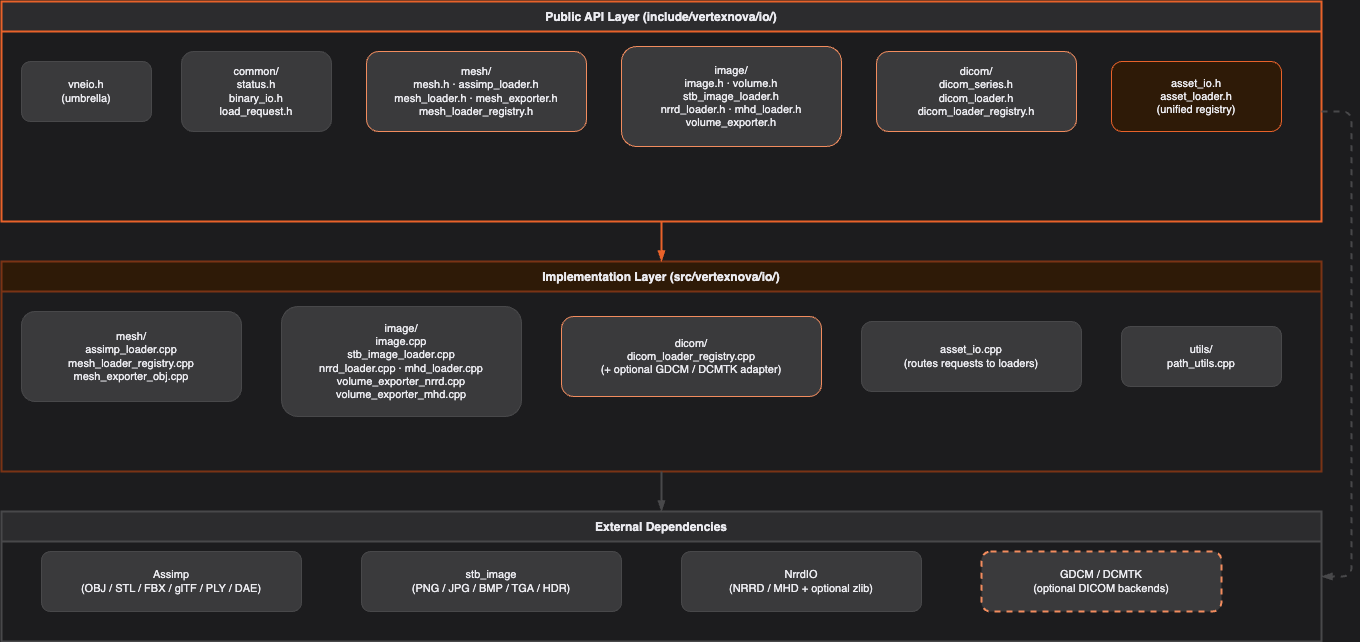
The draw.io diagram docs/vertexnova/io/diagrams/component.png in vertexnova/vneio, before a commit. Source tidied: cells renumbered, new cells last; positions are measured from the earlier drawing's top-left corner, leaving out a move shared by most shapes. Source of this version:
```xml
<mxGraphModel background="#1C1C1E">
  <root>
    <mxCell id="0" />
    <mxCell id="1" parent="0" />
    <mxCell id="2" value="Public API Layer (include/vertexnova/io/)" style="swimlane;startSize=30;fillColor=#2C2C2E;strokeColor=#E8622A;strokeWidth=2;fontStyle=1;fontSize=12;fontColor=#EBEBF0;" parent="1" vertex="1">
      <mxGeometry width="1320" height="220" as="geometry" />
    </mxCell>
    <mxCell id="3" value="vneio.h&#10;(umbrella)" style="rounded=1;whiteSpace=wrap;html=1;fillColor=#3A3A3C;strokeColor=#48484A;fontSize=11;fontColor=#EBEBF0;" parent="2" vertex="1">
      <mxGeometry x="20" y="60" width="130" height="60" as="geometry" />
    </mxCell>
    <mxCell id="4" value="common/&#10;status.h&#10;binary_io.h&#10;load_request.h" style="rounded=1;whiteSpace=wrap;html=1;fillColor=#3A3A3C;strokeColor=#48484A;fontSize=11;fontColor=#EBEBF0;" parent="2" vertex="1">
      <mxGeometry x="180" y="50" width="150" height="80" as="geometry" />
    </mxCell>
    <mxCell id="5" value="mesh/&#10;mesh.h · assimp_loader.h&#10;mesh_loader.h · mesh_exporter.h&#10;mesh_loader_registry.h" style="rounded=1;whiteSpace=wrap;html=1;fillColor=#3A3A3C;strokeColor=#F28C5E;fontSize=11;fontColor=#EBEBF0;" parent="2" vertex="1">
      <mxGeometry x="365" y="50" width="220" height="80" as="geometry" />
    </mxCell>
    <mxCell id="6" value="image/&#10;image.h · volume.h&#10;stb_image_loader.h&#10;nrrd_loader.h · mhd_loader.h&#10;volume_exporter.h" style="rounded=1;whiteSpace=wrap;html=1;fillColor=#3A3A3C;strokeColor=#F28C5E;fontSize=11;fontColor=#EBEBF0;" parent="2" vertex="1">
      <mxGeometry x="620" y="45" width="220" height="100" as="geometry" />
    </mxCell>
    <mxCell id="7" value="dicom/&#10;dicom_series.h&#10;dicom_loader.h&#10;dicom_loader_registry.h" style="rounded=1;whiteSpace=wrap;html=1;fillColor=#3A3A3C;strokeColor=#F28C5E;fontSize=11;fontColor=#EBEBF0;" parent="2" vertex="1">
      <mxGeometry x="875" y="50" width="200" height="80" as="geometry" />
    </mxCell>
    <mxCell id="8" value="asset_io.h&#10;asset_loader.h&#10;(unified registry)" style="rounded=1;whiteSpace=wrap;html=1;fillColor=#2E1A07;strokeColor=#E8622A;fontSize=11;fontColor=#EBEBF0;" parent="2" vertex="1">
      <mxGeometry x="1110" y="60" width="170" height="70" as="geometry" />
    </mxCell>
    <mxCell id="9" value="Implementation Layer (src/vertexnova/io/)" style="swimlane;startSize=30;fillColor=#2E1A07;strokeColor=#7A3315;strokeWidth=2;fontStyle=1;fontSize=12;fontColor=#EBEBF0;" parent="1" vertex="1">
      <mxGeometry y="260" width="1320" height="210" as="geometry" />
    </mxCell>
    <mxCell id="10" value="mesh/&#10;assimp_loader.cpp&#10;mesh_loader_registry.cpp&#10;mesh_exporter_obj.cpp" style="rounded=1;whiteSpace=wrap;html=1;fillColor=#3A3A3C;strokeColor=#48484A;fontSize=11;fontColor=#EBEBF0;" parent="9" vertex="1">
      <mxGeometry x="20" y="50" width="220" height="90" as="geometry" />
    </mxCell>
    <mxCell id="11" value="image/&#10;image.cpp&#10;stb_image_loader.cpp&#10;nrrd_loader.cpp · mhd_loader.cpp&#10;volume_exporter_nrrd.cpp&#10;volume_exporter_mhd.cpp" style="rounded=1;whiteSpace=wrap;html=1;fillColor=#3A3A3C;strokeColor=#48484A;fontSize=11;fontColor=#EBEBF0;" parent="9" vertex="1">
      <mxGeometry x="280" y="45" width="240" height="110" as="geometry" />
    </mxCell>
    <mxCell id="12" value="dicom/&#10;dicom_loader_registry.cpp&#10;(+ optional GDCM / DCMTK adapter)" style="rounded=1;whiteSpace=wrap;html=1;fillColor=#3A3A3C;strokeColor=#F28C5E;fontSize=11;fontColor=#EBEBF0;" parent="9" vertex="1">
      <mxGeometry x="560" y="55" width="260" height="80" as="geometry" />
    </mxCell>
    <mxCell id="13" value="asset_io.cpp&#10;(routes requests to loaders)" style="rounded=1;whiteSpace=wrap;html=1;fillColor=#3A3A3C;strokeColor=#48484A;fontSize=11;fontColor=#EBEBF0;" parent="9" vertex="1">
      <mxGeometry x="860" y="60" width="220" height="70" as="geometry" />
    </mxCell>
    <mxCell id="14" value="utils/&#10;path_utils.cpp" style="rounded=1;whiteSpace=wrap;html=1;fillColor=#3A3A3C;strokeColor=#48484A;fontSize=11;fontColor=#EBEBF0;" parent="9" vertex="1">
      <mxGeometry x="1120" y="65" width="160" height="60" as="geometry" />
    </mxCell>
    <mxCell id="15" value="External Dependencies" style="swimlane;startSize=30;fillColor=#2C2C2E;strokeColor=#48484A;strokeWidth=2;fontStyle=1;fontSize=12;fontColor=#EBEBF0;" parent="1" vertex="1">
      <mxGeometry y="510" width="1320" height="130" as="geometry" />
    </mxCell>
    <mxCell id="16" value="Assimp&#10;(OBJ / STL / FBX / glTF / PLY / DAE)" style="rounded=1;whiteSpace=wrap;html=1;fillColor=#3A3A3C;strokeColor=#48484A;fontSize=11;fontColor=#EBEBF0;" parent="15" vertex="1">
      <mxGeometry x="40" y="40" width="260" height="60" as="geometry" />
    </mxCell>
    <mxCell id="17" value="stb_image&#10;(PNG / JPG / BMP / TGA / HDR)" style="rounded=1;whiteSpace=wrap;html=1;fillColor=#3A3A3C;strokeColor=#48484A;fontSize=11;fontColor=#EBEBF0;" parent="15" vertex="1">
      <mxGeometry x="360" y="40" width="260" height="60" as="geometry" />
    </mxCell>
    <mxCell id="18" value="NrrdIO&#10;(NRRD / MHD + optional zlib)" style="rounded=1;whiteSpace=wrap;html=1;fillColor=#3A3A3C;strokeColor=#48484A;fontSize=11;fontColor=#EBEBF0;" parent="15" vertex="1">
      <mxGeometry x="680" y="40" width="240" height="60" as="geometry" />
    </mxCell>
    <mxCell id="19" value="GDCM / DCMTK&#10;(optional DICOM backends)" style="rounded=1;whiteSpace=wrap;html=1;fillColor=#3A3A3C;strokeColor=#F28C5E;fontSize=11;fontColor=#EBEBF0;strokeWidth=2;dashed=1;" parent="15" vertex="1">
      <mxGeometry x="980" y="40" width="240" height="60" as="geometry" />
    </mxCell>
    <mxCell id="20" style="endArrow=blockThin;endFill=1;html=1;strokeWidth=2;strokeColor=#E8622A;" parent="1" edge="1" source="2" target="9">
      <mxGeometry relative="1" as="geometry" />
    </mxCell>
    <mxCell id="21" style="endArrow=blockThin;endFill=1;html=1;strokeWidth=2;strokeColor=#48484A;" parent="1" edge="1" source="9" target="15">
      <mxGeometry relative="1" as="geometry" />
    </mxCell>
    <mxCell id="22" style="endArrow=blockThin;endFill=1;html=1;strokeWidth=2;strokeColor=#48484A;dashed=1;" parent="1" edge="1" source="2" target="15">
      <mxGeometry relative="1" as="geometry">
        <Array as="points">
          <mxPoint x="1350" y="110" />
          <mxPoint x="1350" y="575" />
        </Array>
      </mxGeometry>
    </mxCell>
  </root>
</mxGraphModel>
```
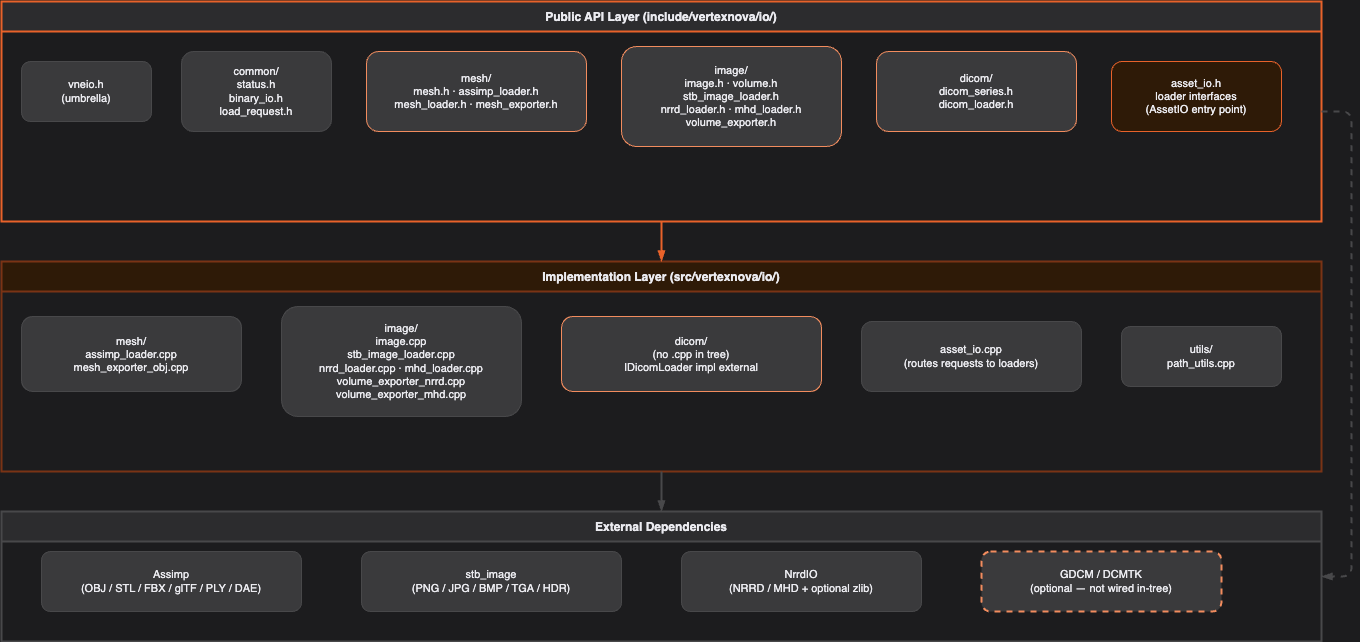
After the commit.

Commit message:
docs: Update component diagrams for asset loading and runtime processes

- Replaced the existing component diagrams with updated versions to enhance visual clarity and accuracy in representing asset loading and runtime processes.
- Ensured that the diagrams align with the latest documentation and implementation changes, improving overall user understanding.

Diff of the diagram source:
```diff
@@ -11,29 +11,29 @@
     <mxCell id="4" value="common/&#10;status.h&#10;binary_io.h&#10;load_request.h" style="rounded=1;whiteSpace=wrap;html=1;fillColor=#3A3A3C;strokeColor=#48484A;fontSize=11;fontColor=#EBEBF0;" parent="2" vertex="1">
       <mxGeometry x="180" y="50" width="150" height="80" as="geometry" />
     </mxCell>
-    <mxCell id="5" value="mesh/&#10;mesh.h · assimp_loader.h&#10;mesh_loader.h · mesh_exporter.h&#10;mesh_loader_registry.h" style="rounded=1;whiteSpace=wrap;html=1;fillColor=#3A3A3C;strokeColor=#F28C5E;fontSize=11;fontColor=#EBEBF0;" parent="2" vertex="1">
+    <mxCell id="5" value="mesh/&#10;mesh.h · assimp_loader.h&#10;mesh_loader.h · mesh_exporter.h" style="rounded=1;whiteSpace=wrap;html=1;fillColor=#3A3A3C;strokeColor=#F28C5E;fontSize=11;fontColor=#EBEBF0;" parent="2" vertex="1">
       <mxGeometry x="365" y="50" width="220" height="80" as="geometry" />
     </mxCell>
     <mxCell id="6" value="image/&#10;image.h · volume.h&#10;stb_image_loader.h&#10;nrrd_loader.h · mhd_loader.h&#10;volume_exporter.h" style="rounded=1;whiteSpace=wrap;html=1;fillColor=#3A3A3C;strokeColor=#F28C5E;fontSize=11;fontColor=#EBEBF0;" parent="2" vertex="1">
       <mxGeometry x="620" y="45" width="220" height="100" as="geometry" />
     </mxCell>
-    <mxCell id="7" value="dicom/&#10;dicom_series.h&#10;dicom_loader.h&#10;dicom_loader_registry.h" style="rounded=1;whiteSpace=wrap;html=1;fillColor=#3A3A3C;strokeColor=#F28C5E;fontSize=11;fontColor=#EBEBF0;" parent="2" vertex="1">
+    <mxCell id="7" value="dicom/&#10;dicom_series.h&#10;dicom_loader.h" style="rounded=1;whiteSpace=wrap;html=1;fillColor=#3A3A3C;strokeColor=#F28C5E;fontSize=11;fontColor=#EBEBF0;" parent="2" vertex="1">
       <mxGeometry x="875" y="50" width="200" height="80" as="geometry" />
     </mxCell>
-    <mxCell id="8" value="asset_io.h&#10;asset_loader.h&#10;(unified registry)" style="rounded=1;whiteSpace=wrap;html=1;fillColor=#2E1A07;strokeColor=#E8622A;fontSize=11;fontColor=#EBEBF0;" parent="2" vertex="1">
+    <mxCell id="8" value="asset_io.h&#10;loader interfaces&#10;(AssetIO entry point)" style="rounded=1;whiteSpace=wrap;html=1;fillColor=#2E1A07;strokeColor=#E8622A;fontSize=11;fontColor=#EBEBF0;" parent="2" vertex="1">
       <mxGeometry x="1110" y="60" width="170" height="70" as="geometry" />
     </mxCell>
     <mxCell id="9" value="Implementation Layer (src/vertexnova/io/)" style="swimlane;startSize=30;fillColor=#2E1A07;strokeColor=#7A3315;strokeWidth=2;fontStyle=1;fontSize=12;fontColor=#EBEBF0;" parent="1" vertex="1">
       <mxGeometry y="260" width="1320" height="210" as="geometry" />
     </mxCell>
-    <mxCell id="10" value="mesh/&#10;assimp_loader.cpp&#10;mesh_loader_registry.cpp&#10;mesh_exporter_obj.cpp" style="rounded=1;whiteSpace=wrap;html=1;fillColor=#3A3A3C;strokeColor=#48484A;fontSize=11;fontColor=#EBEBF0;" parent="9" vertex="1">
-      <mxGeometry x="20" y="50" width="220" height="90" as="geometry" />
+    <mxCell id="10" value="mesh/&#10;assimp_loader.cpp&#10;mesh_exporter_obj.cpp" style="rounded=1;whiteSpace=wrap;html=1;fillColor=#3A3A3C;strokeColor=#48484A;fontSize=11;fontColor=#EBEBF0;" parent="9" vertex="1">
+      <mxGeometry x="20" y="55" width="220" height="75" as="geometry" />
     </mxCell>
     <mxCell id="11" value="image/&#10;image.cpp&#10;stb_image_loader.cpp&#10;nrrd_loader.cpp · mhd_loader.cpp&#10;volume_exporter_nrrd.cpp&#10;volume_exporter_mhd.cpp" style="rounded=1;whiteSpace=wrap;html=1;fillColor=#3A3A3C;strokeColor=#48484A;fontSize=11;fontColor=#EBEBF0;" parent="9" vertex="1">
       <mxGeometry x="280" y="45" width="240" height="110" as="geometry" />
     </mxCell>
-    <mxCell id="12" value="dicom/&#10;dicom_loader_registry.cpp&#10;(+ optional GDCM / DCMTK adapter)" style="rounded=1;whiteSpace=wrap;html=1;fillColor=#3A3A3C;strokeColor=#F28C5E;fontSize=11;fontColor=#EBEBF0;" parent="9" vertex="1">
-      <mxGeometry x="560" y="55" width="260" height="80" as="geometry" />
+    <mxCell id="12" value="dicom/&#10;(no .cpp in tree)&#10;IDicomLoader impl external" style="rounded=1;whiteSpace=wrap;html=1;fillColor=#3A3A3C;strokeColor=#F28C5E;fontSize=11;fontColor=#EBEBF0;" parent="9" vertex="1">
+      <mxGeometry x="560" y="55" width="260" height="75" as="geometry" />
     </mxCell>
     <mxCell id="13" value="asset_io.cpp&#10;(routes requests to loaders)" style="rounded=1;whiteSpace=wrap;html=1;fillColor=#3A3A3C;strokeColor=#48484A;fontSize=11;fontColor=#EBEBF0;" parent="9" vertex="1">
       <mxGeometry x="860" y="60" width="220" height="70" as="geometry" />
@@ -53,7 +53,7 @@
     <mxCell id="18" value="NrrdIO&#10;(NRRD / MHD + optional zlib)" style="rounded=1;whiteSpace=wrap;html=1;fillColor=#3A3A3C;strokeColor=#48484A;fontSize=11;fontColor=#EBEBF0;" parent="15" vertex="1">
       <mxGeometry x="680" y="40" width="240" height="60" as="geometry" />
     </mxCell>
-    <mxCell id="19" value="GDCM / DCMTK&#10;(optional DICOM backends)" style="rounded=1;whiteSpace=wrap;html=1;fillColor=#3A3A3C;strokeColor=#F28C5E;fontSize=11;fontColor=#EBEBF0;strokeWidth=2;dashed=1;" parent="15" vertex="1">
+    <mxCell id="19" value="GDCM / DCMTK&#10;(optional — not wired in-tree)" style="rounded=1;whiteSpace=wrap;html=1;fillColor=#3A3A3C;strokeColor=#F28C5E;fontSize=11;fontColor=#EBEBF0;strokeWidth=2;dashed=1;" parent="15" vertex="1">
       <mxGeometry x="980" y="40" width="240" height="60" as="geometry" />
     </mxCell>
     <mxCell id="20" style="endArrow=blockThin;endFill=1;html=1;strokeWidth=2;strokeColor=#E8622A;" parent="1" edge="1" source="2" target="9">
```
